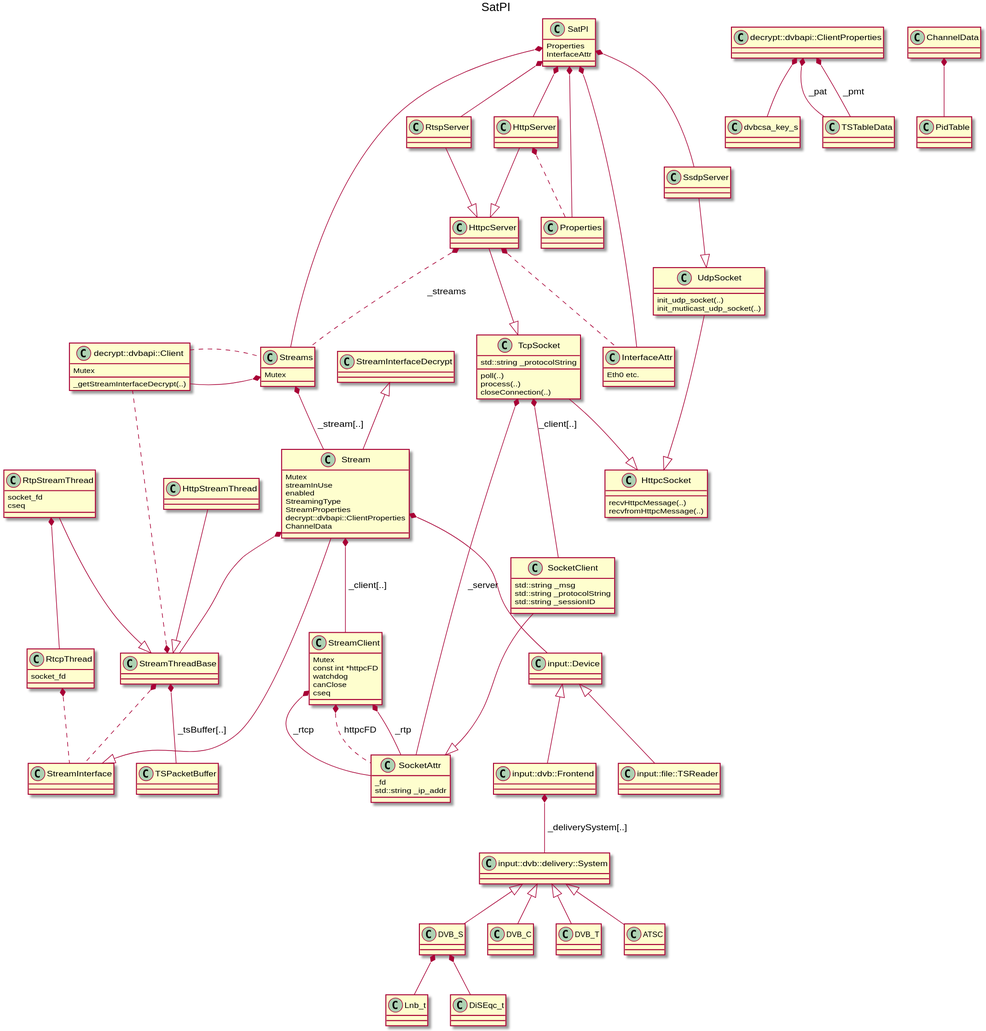
Barracuda09/SATPI keeps this PlantUML diagram as SatPI.svg. Above is the earlier version. Its source is kept beside it as SatPI.plantuml.
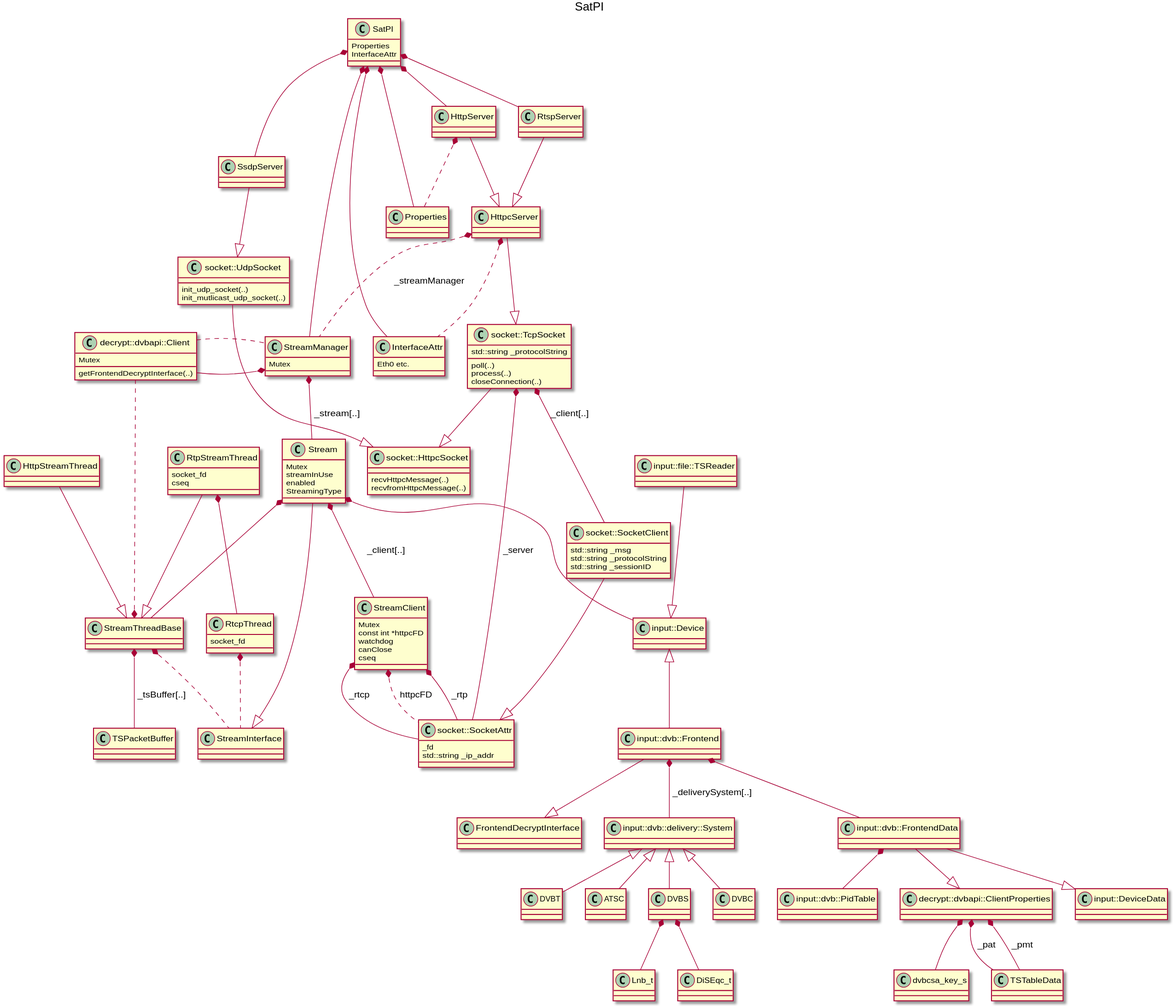
After the change.

What changed in the source:
```diff
@@ -4,7 +4,7 @@
 
 title SatPI
 
-SatPI *-- Streams
+SatPI *-- StreamManager
 SatPI *-- RtspServer
 SatPI *-- HttpServer
 SatPI *-- SsdpServer
@@ -21,53 +21,51 @@
   Eth0 etc.
 }
 
-class HttpcSocket {
+class socket::HttpcSocket {
   recvHttpcMessage(..)
   recvfromHttpcMessage(..)
 }
 
-SocketClient --|> SocketAttr
-class SocketClient {
+socket::SocketClient --|> socket::SocketAttr
+class socket::SocketClient {
   std::string _msg
   std::string _protocolString
   std::string _sessionID
 }
 
-class SocketAttr {
+class socket::SocketAttr {
   _fd
   std::string _ip_addr
 }
 
-TcpSocket --|> HttpcSocket
-TcpSocket *-- SocketAttr : "_server"
-TcpSocket *-- SocketClient : "_client[..]"
-class TcpSocket {
+socket::TcpSocket --|> socket::HttpcSocket
+socket::TcpSocket *-- socket::SocketAttr : "_server"
+socket::TcpSocket *-- socket::SocketClient : "_client[..]"
+class socket::TcpSocket {
   poll(..)
   process(..)
   closeConnection(..)
   std::string _protocolString
 }
 
-UdpSocket --|> HttpcSocket
-class UdpSocket {
+socket::UdpSocket --|> socket::HttpcSocket
+class socket::UdpSocket {
   init_udp_socket(..)
   init_mutlicast_udp_socket(..)
 }
 
-SsdpServer --|> UdpSocket
+SsdpServer --|> socket::UdpSocket
 
 RtspServer --|> HttpcServer
 
 HttpServer --|> HttpcServer
 HttpServer *.. Properties
 
-HttpcServer --|> TcpSocket
-HttpcServer *.. Streams : "_streams"
+HttpcServer --|> socket::TcpSocket
+HttpcServer *.. StreamManager : "_streamManager"
 HttpcServer *.. InterfaceAttr
 
-StreamInterface        <|-- Stream
-StreamInterfaceDecrypt <|-- Stream
-
+Stream --|> StreamInterface
 Stream *-- StreamClient : " _client[..] "
 Stream *-- input::Device
 Stream *-- StreamThreadBase
@@ -76,20 +74,17 @@
   streamInUse
   enabled
   StreamingType
-  StreamProperties
-  decrypt::dvbapi::ClientProperties
-  ChannelData
 }
 
-Streams *-- Stream : " _stream[..] "
-Streams *-- decrypt::dvbapi::Client
-class Streams {
+StreamManager *-- Stream : " _stream[..] "
+StreamManager *-- decrypt::dvbapi::Client
+class StreamManager {
   Mutex
 }
 
-StreamClient *-- SocketAttr : " _rtp "
-StreamClient *-- SocketAttr : " _rtcp "
-StreamClient *.. SocketAttr : " httpcFD "
+StreamClient *-- socket::SocketAttr : " _rtp "
+StreamClient *-- socket::SocketAttr : " _rtcp "
+StreamClient *.. socket::SocketAttr : " httpcFD "
 class StreamClient {
   Mutex
   const int *httpcFD
@@ -119,31 +114,37 @@
 
 HttpStreamThread --|> StreamThreadBase
 
+decrypt::dvbapi::Client  .  StreamManager
+class decrypt::dvbapi::Client {
+  Mutex
+  getFrontendDecryptInterface(..)
+}
+
+input::file::TSReader --|> input::Device
+
+input::Device <|-- input::dvb::Frontend
+
+input::dvb::Frontend --|> FrontendDecryptInterface
+input::dvb::Frontend *-- input::dvb::delivery::System : " _deliverySystem[..] "
+input::dvb::Frontend *-- input::dvb::FrontendData
+
+
+input::dvb::delivery::System <|-- DVBS
+input::dvb::delivery::System <|-- DVBC
+input::dvb::delivery::System <|-- DVBT
+input::dvb::delivery::System <|-- ATSC
+
+
+DVBS *-- Lnb_t
+DVBS *-- DiSEqc_t
+
 decrypt::dvbapi::ClientProperties *-- dvbcsa_key_s
 decrypt::dvbapi::ClientProperties *-- TSTableData : " _pat "
 decrypt::dvbapi::ClientProperties *-- TSTableData : " _pmt "
 
+input::DeviceData <|-- input::dvb::FrontendData
 
-decrypt::dvbapi::Client  .  Streams
-class decrypt::dvbapi::Client {
-  Mutex
-  _getStreamInterfaceDecrypt(..)
-}
-
-input::Device <|-- input::dvb::Frontend
-input::Device <|-- input::file::TSReader
-
-input::dvb::Frontend *-- input::dvb::delivery::System : " _deliverySystem[..] "
-
-input::dvb::delivery::System <|-- DVB_S
-input::dvb::delivery::System <|-- DVB_C
-input::dvb::delivery::System <|-- DVB_T
-input::dvb::delivery::System <|-- ATSC
-
-
-DVB_S *-- Lnb_t
-DVB_S *-- DiSEqc_t
-
-ChannelData *-- PidTable
+input::dvb::FrontendData --|> decrypt::dvbapi::ClientProperties
+input::dvb::FrontendData *-- input::dvb::PidTable
 
 @enduml
```
